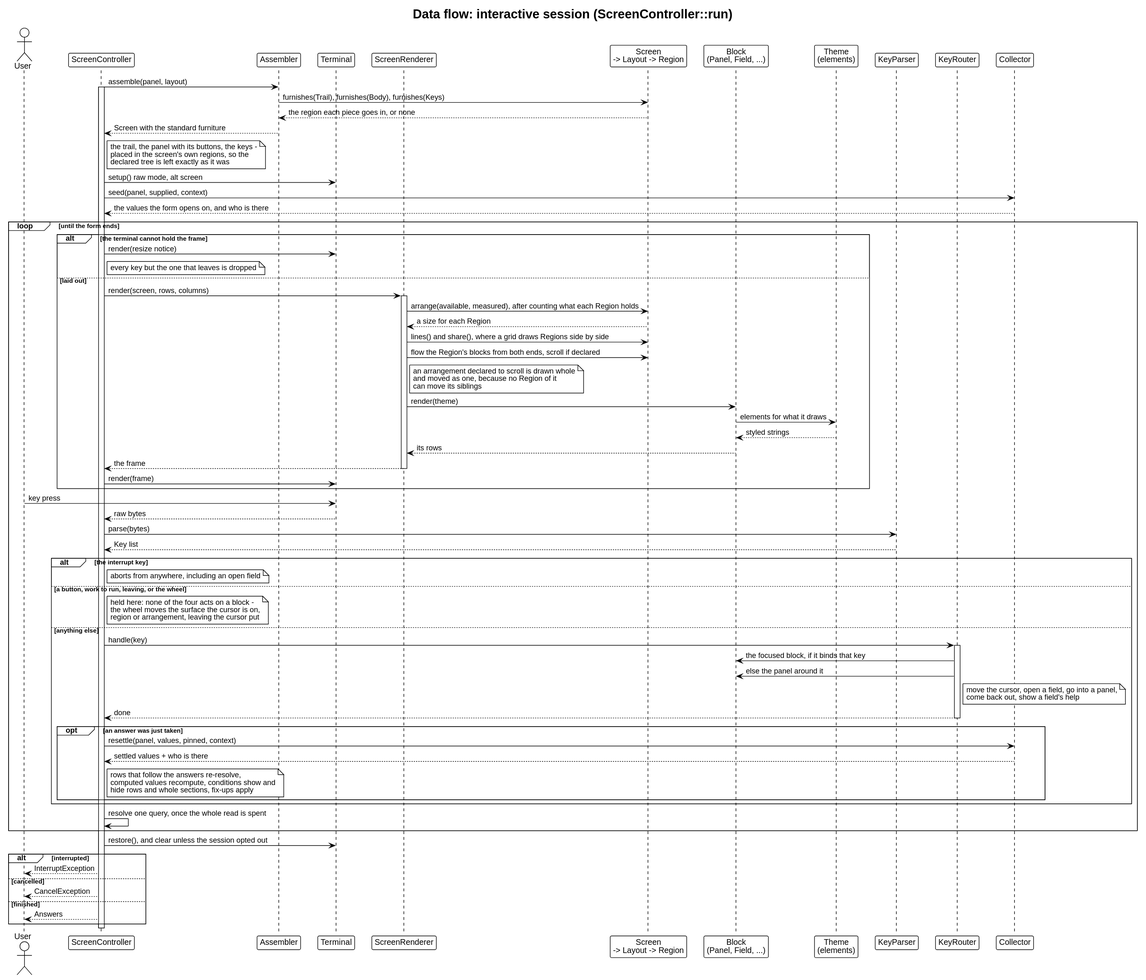
Earlier version of the PlantUML export docs/architecture/dataflow-tui.svg (drevops/phptui).
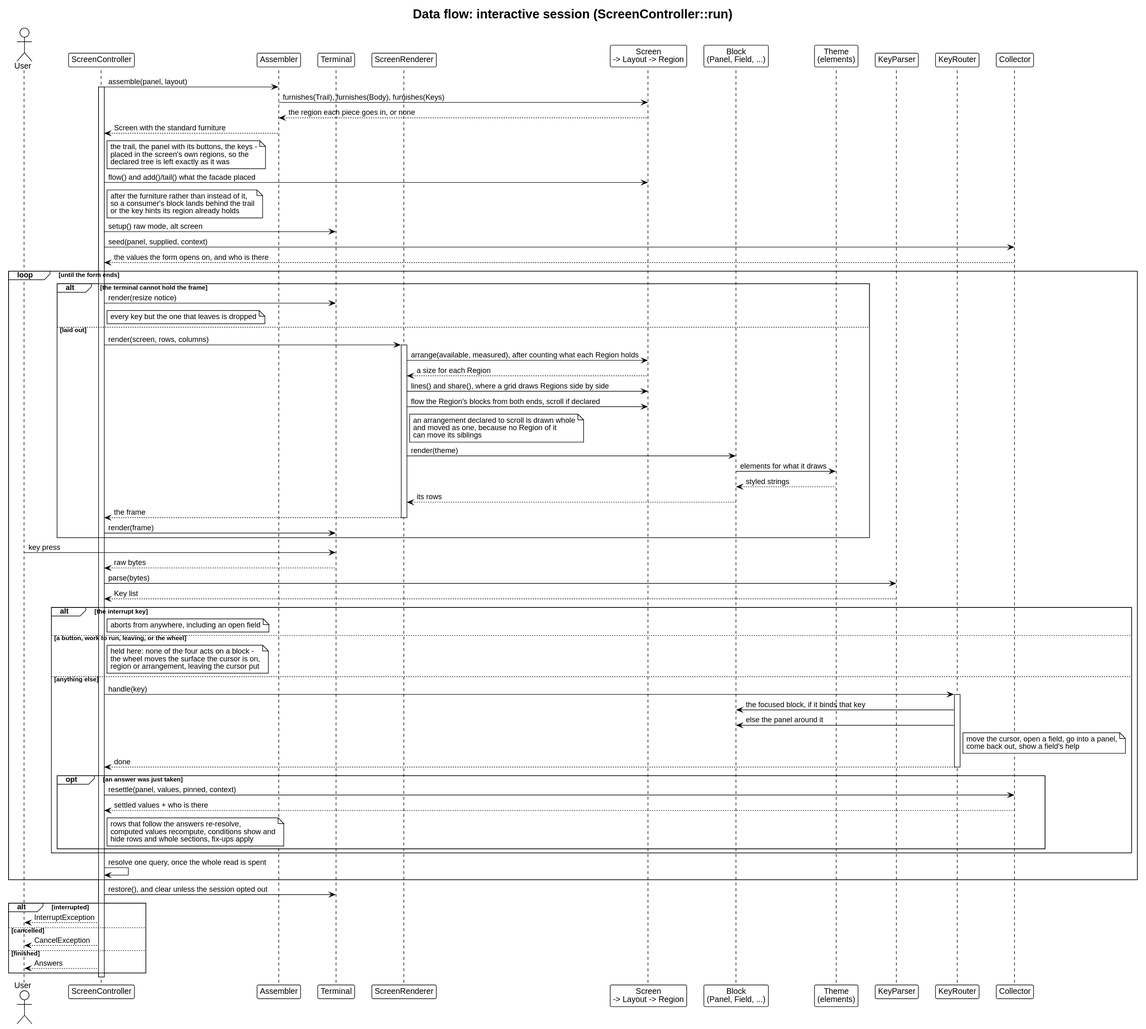
Later version of the same file.

The edit, as a diff of the source:
```diff
@@ -23,6 +23,9 @@
 Screen --> Asm: the region each piece goes in, or none
 Asm --> SC: Screen with the standard furniture
 note right of SC: the trail, the panel with its buttons, the keys -\nplaced in the screen's own regions, so the\ndeclared tree is left exactly as it was
+
+SC -> Screen: flow() and add()/tail() what the facade placed
+note right of SC: after the furniture rather than instead of it,\nso a consumer's block lands behind the trail\nor the key hints its region already holds
 
 SC -> Term: setup() raw mode, alt screen
 SC -> Col: seed(panel, supplied, context)
```
